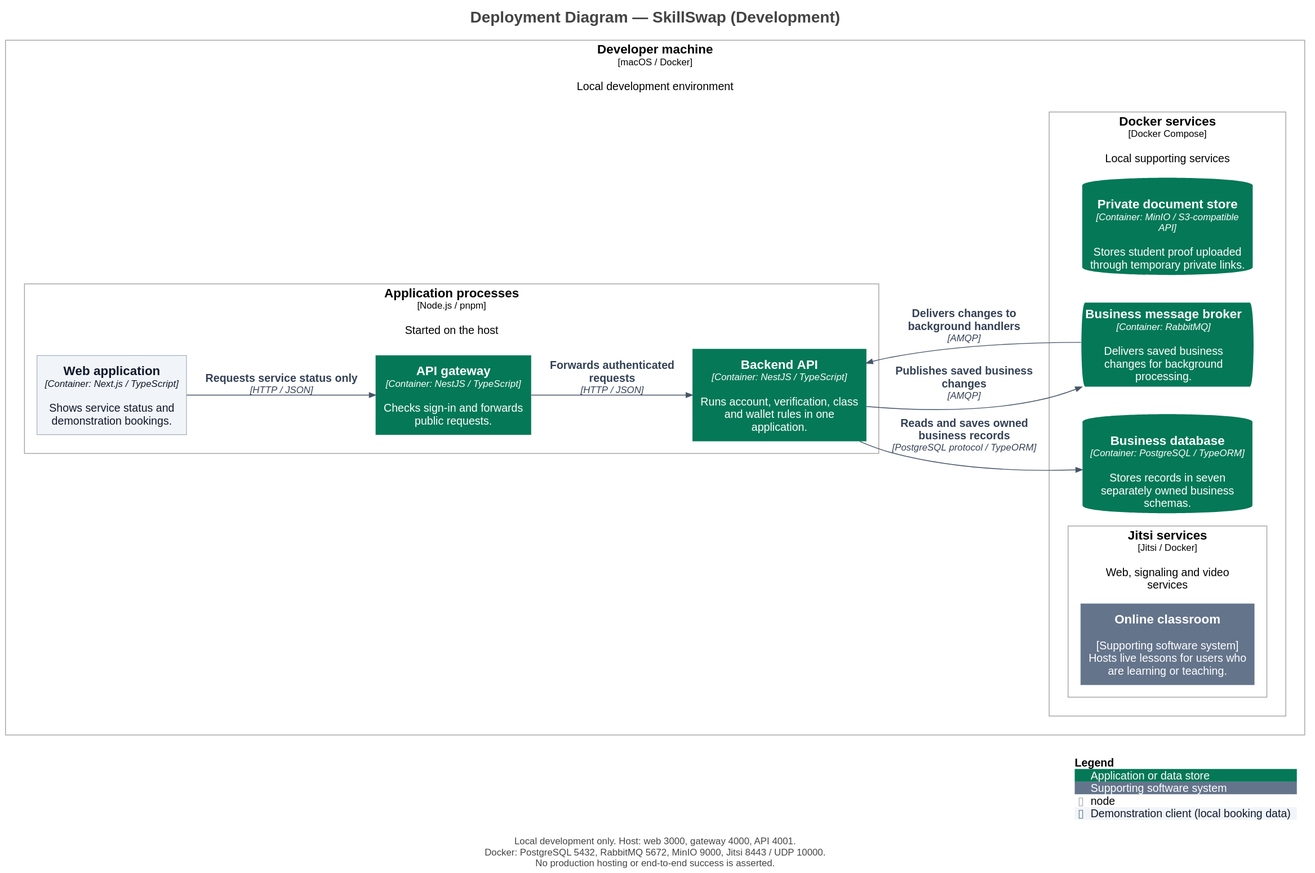
This is docs/diagrams/c4/generated/structurizr-Deployment.svg from trankien022/SkillSwap, a PlantUML export, as it was before one commit.
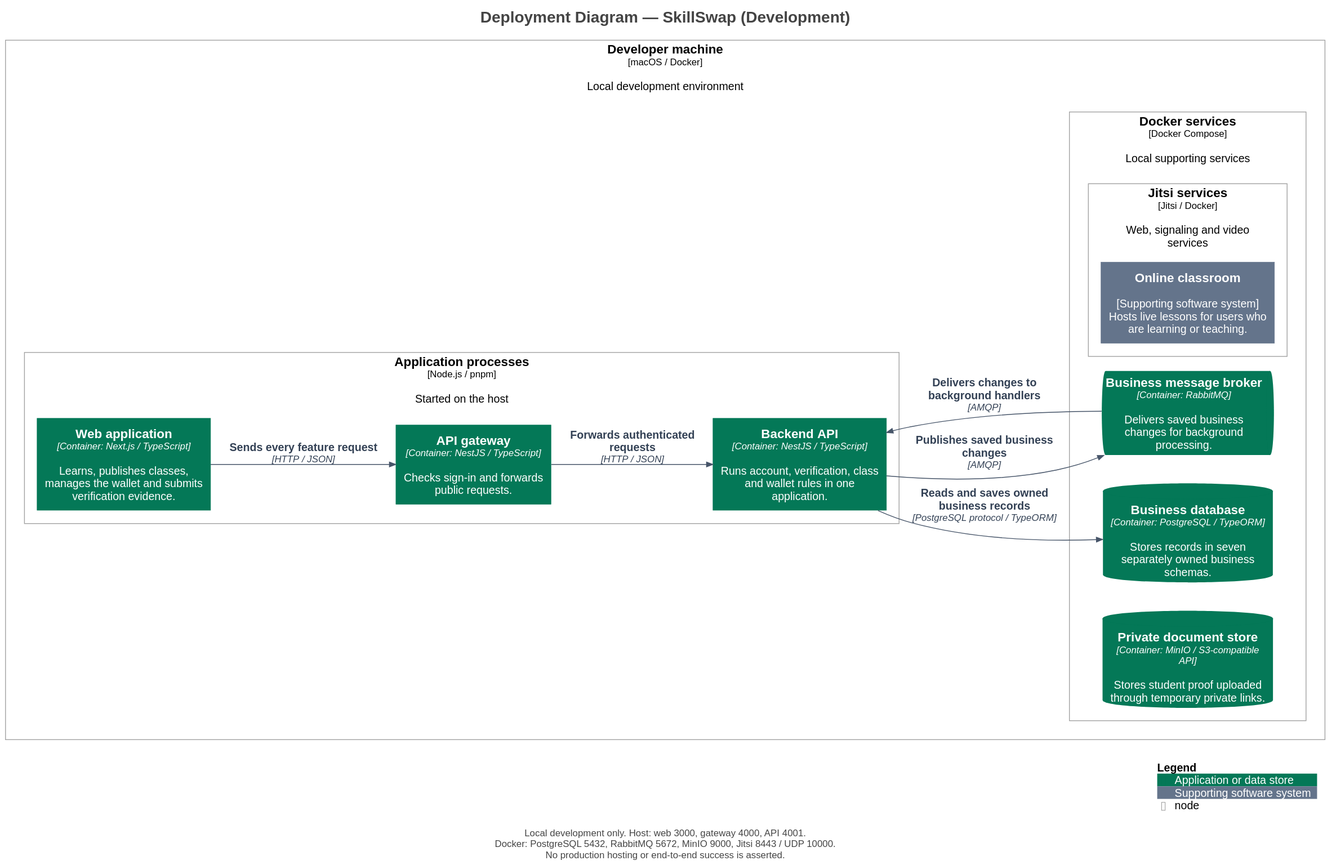
Later version of the same file.

Diff of the diagram source:
```diff
@@ -28,11 +28,10 @@
 UpdateElementStyle("external_system", $bgColor="#64748B", $fontColor="#FFFFFF", $borderColor="#64748B", $legendText="Supporting software system")
 UpdateElementStyle("container", $bgColor="#047857", $fontColor="#FFFFFF", $borderColor="#047857", $legendText="Application or data store")
 UpdateRelStyle($lineColor="#475569", $textColor="#334155")
-AddElementTag("Demo", $bgColor="#F1F5F9", $fontColor="#0F172A", $borderColor="#64748B", $legendText="Demonstration client (local booking data)")
 
 Deployment_Node(Development.Developermachine, "Developer machine", $type="macOS / Docker", $descr="Local development environment", $tags="", $link="") {
   Deployment_Node(Development.Developermachine.Applicationprocesses, "Application processes", $type="Node.js / pnpm", $descr="Started on the host", $tags="", $link="") {
-    Container(Development.Developermachine.Applicationprocesses.Webapplication_1, "Web application", $techn="Container: Next.js / TypeScript", $descr="Shows service status and demonstration bookings.", $tags="Demo", $link="")
+    Container(Development.Developermachine.Applicationprocesses.Webapplication_1, "Web application", $techn="Container: Next.js / TypeScript", $descr="Learns, publishes classes, manages the wallet and submits verification evidence.", $tags="", $link="")
     Container(Development.Developermachine.Applicationprocesses.APIgateway_1, "API gateway", $techn="Container: NestJS / TypeScript", $descr="Checks sign-in and forwards public requests.", $tags="", $link="")
     Container(Development.Developermachine.Applicationprocesses.BackendAPI_1, "Backend API", $techn="Container: NestJS / TypeScript", $descr="Runs account, verification, class and wallet rules in one application.", $tags="", $link="")
   }
@@ -49,7 +48,7 @@
 
 }
 
-Rel(Development.Developermachine.Applicationprocesses.Webapplication_1, Development.Developermachine.Applicationprocesses.APIgateway_1, "Requests service status only", $techn="HTTP / JSON", $tags="", $link="")
+Rel(Development.Developermachine.Applicationprocesses.Webapplication_1, Development.Developermachine.Applicationprocesses.APIgateway_1, "Sends every feature request", $techn="HTTP / JSON", $tags="", $link="")
 Rel(Development.Developermachine.Applicationprocesses.APIgateway_1, Development.Developermachine.Applicationprocesses.BackendAPI_1, "Forwards authenticated requests", $techn="HTTP / JSON", $tags="", $link="")
 Rel(Development.Developermachine.Applicationprocesses.BackendAPI_1, Development.Developermachine.Dockerservices.Businessdatabase_1, "Reads and saves owned business records", $techn="PostgreSQL protocol / TypeORM", $tags="", $link="")
 Rel(Development.Developermachine.Dockerservices.Businessmessagebroker_1, Development.Developermachine.Applicationprocesses.BackendAPI_1, "Delivers changes to background handlers", $techn="AMQP", $tags="", $link="")
```
